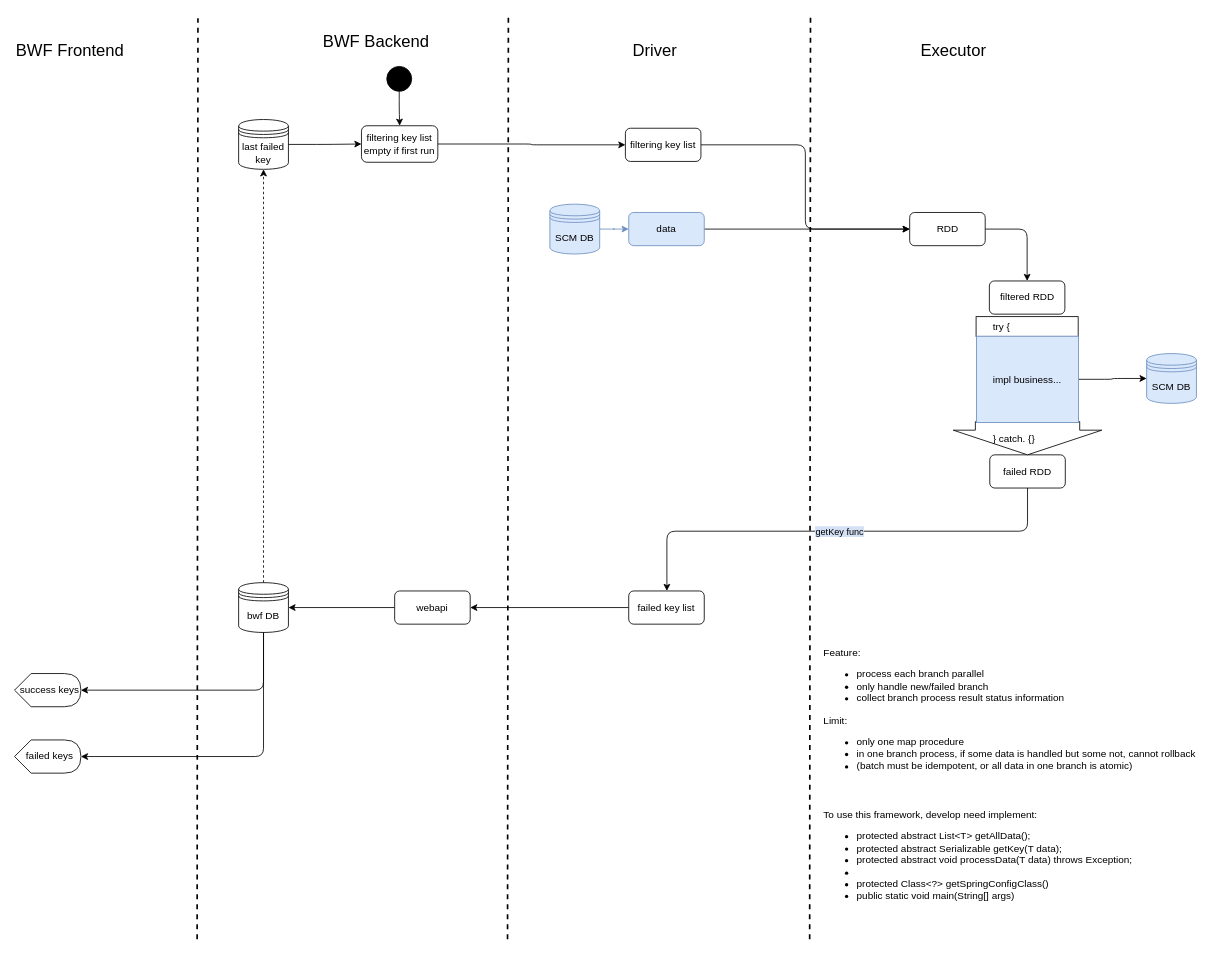
Above: bwf/Transactional spark batch framework.drawio in wzdxt/uml (draw.io), before the change. Source tidied: cells renumbered, new cells numbered last; positions are measured from the earlier drawing's top-left corner, leaving out a move shared by most shapes. Both pictures are drawn from the tidied source at 83%, with x=0, y=0 at pixel (14, 15).
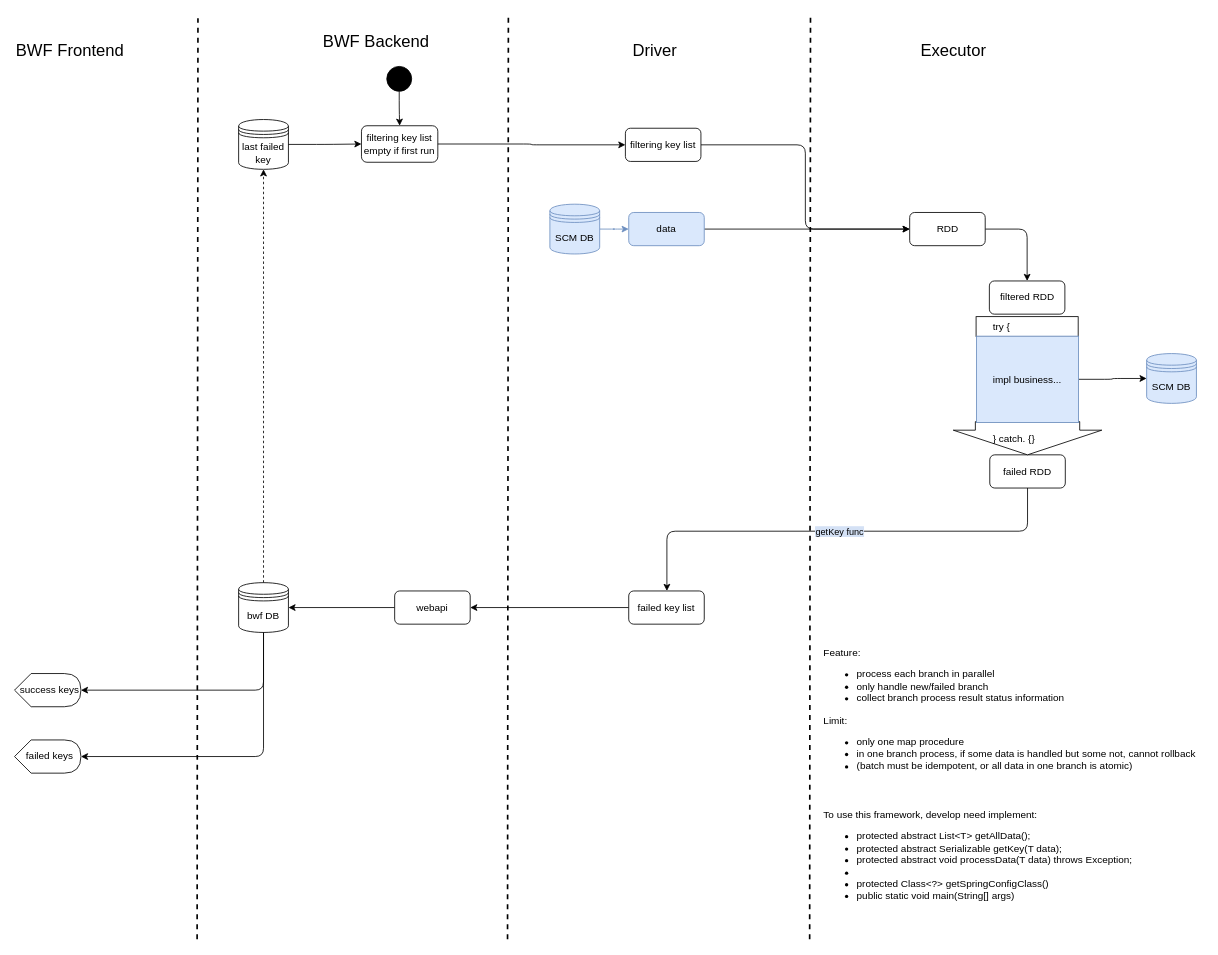
The same page after the edit.

Diff of the diagram source:
```diff
@@
-    <mxCell id="41" value="Feature:&lt;br&gt;&lt;ul&gt;&lt;li&gt;process each branch parallel&lt;/li&gt;&lt;li&gt;only handle new/failed branch&lt;/li&gt;&lt;li&gt;collect branch process result status information&lt;/li&gt;&lt;/ul&gt;Limit:&lt;br&gt;&lt;ul&gt;&lt;li&gt;only one map procedure&lt;/li&gt;&lt;li&gt;in one branch process, if some data is handled but some not, cannot rollback&lt;/li&gt;&lt;li&gt;(batch must be idempotent, or all data in one branch is atomic)&lt;/li&gt;&lt;/ul&gt;" style="text;html=1;align=left;verticalAlign=top;spacingTop=-4;" parent="1" vertex="1">
+    <mxCell id="41" value="Feature:&lt;br&gt;&lt;ul&gt;&lt;li&gt;process each branch in parallel&lt;/li&gt;&lt;li&gt;only handle new/failed branch&lt;/li&gt;&lt;li&gt;collect branch process result status information&lt;/li&gt;&lt;/ul&gt;Limit:&lt;br&gt;&lt;ul&gt;&lt;li&gt;only one map procedure&lt;/li&gt;&lt;li&gt;in one branch process, if some data is handled but some not, cannot rollback&lt;/li&gt;&lt;li&gt;(batch must be idempotent, or all data in one branch is atomic)&lt;/li&gt;&lt;/ul&gt;" style="text;html=1;align=left;verticalAlign=top;spacingTop=-4;" parent="1" vertex="1">
       <mxGeometry x="973" y="758" width="460" height="160" as="geometry" />
     </mxCell>
```
